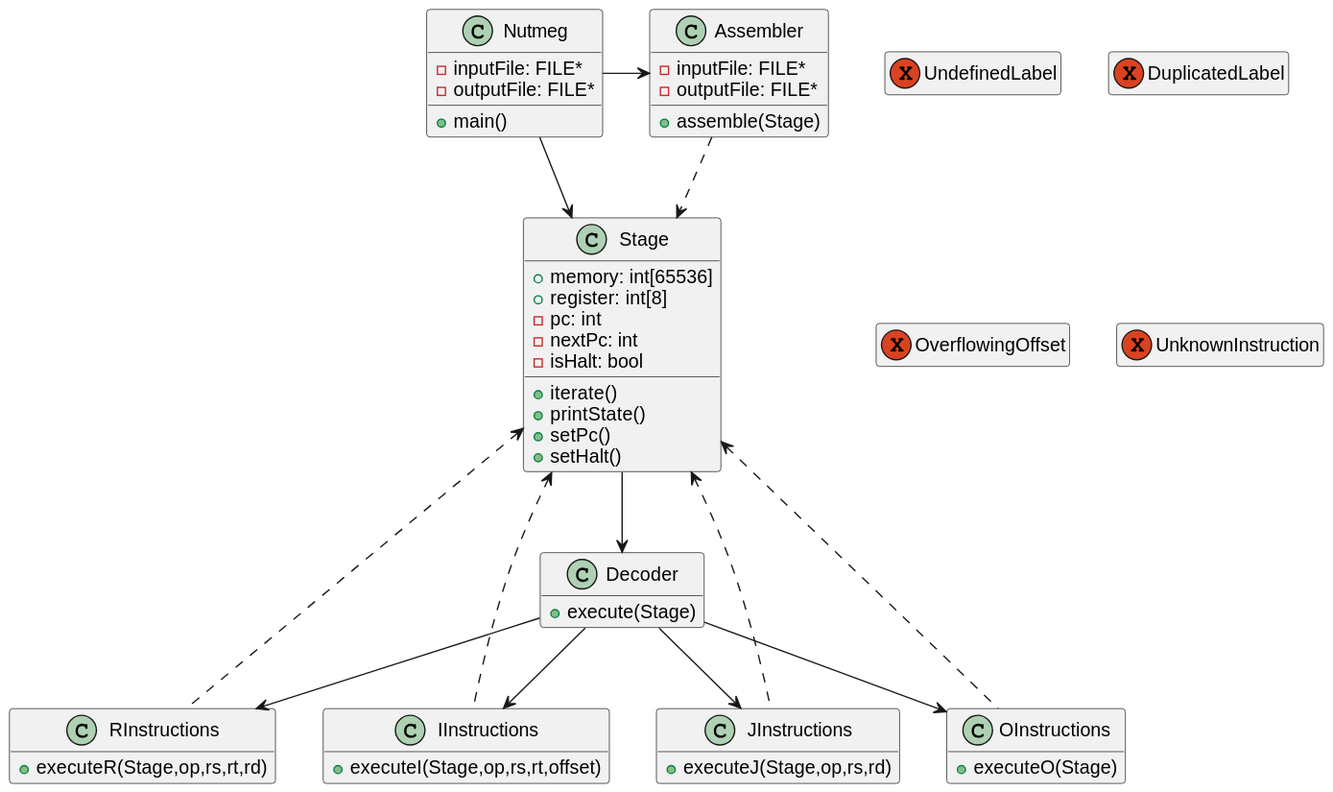
Before: Project_Details/AI_ClassDiagram.svg, a diagram exported from PlantUML (Quercussi/Assembly_Interpreter).
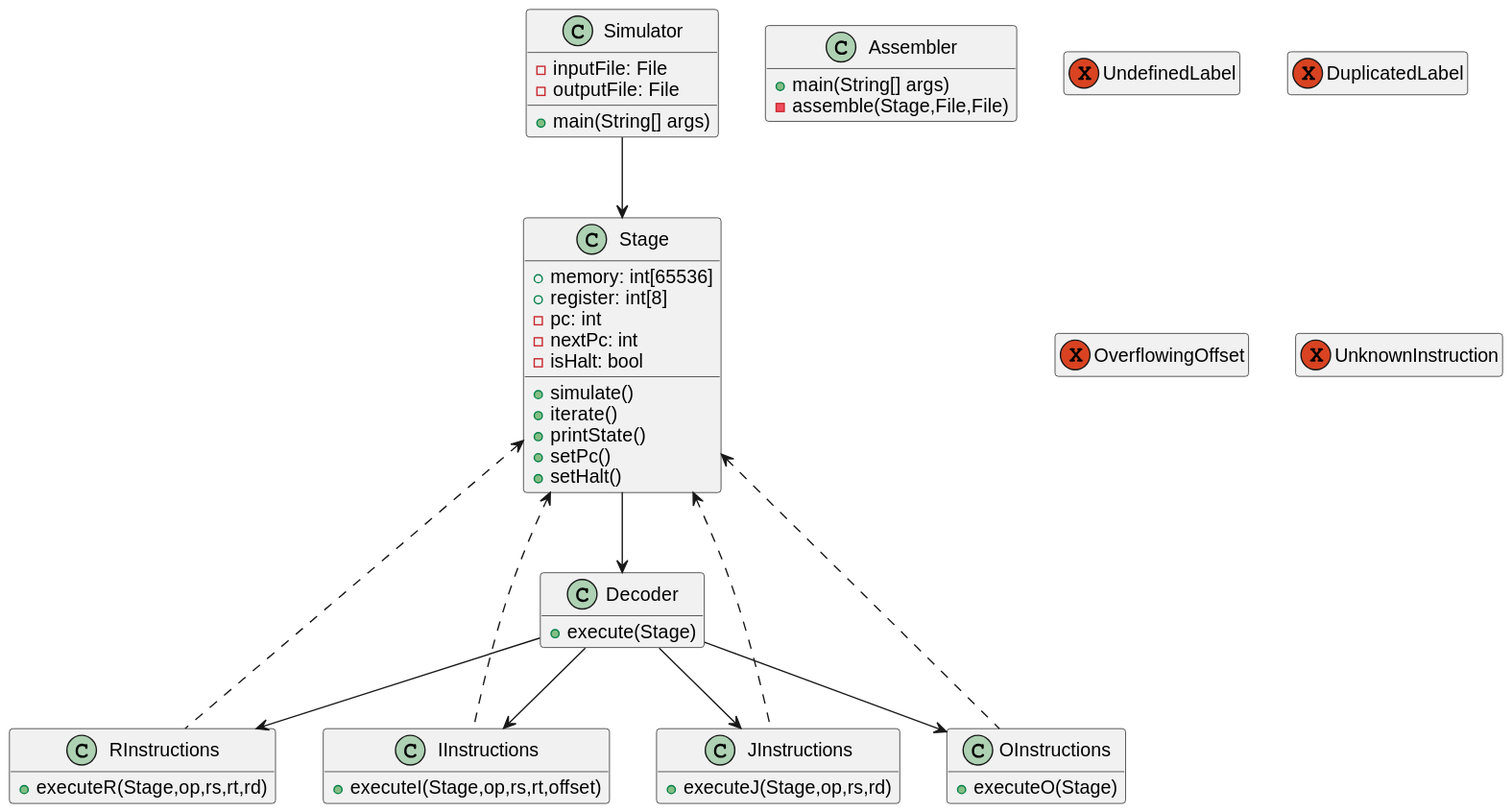
Later version of the same file.

The edit, as a diff of the source:
```diff
@@ -1,9 +1,9 @@
 @startuml
 
-class Nutmeg {
-    - inputFile: FILE*
-    - outputFile: FILE*
-    +main()
+class Simulator {
+    - inputFile: File
+    - outputFile: File
+    +main(String[] args)
 }
 
 class Stage {
@@ -12,6 +12,7 @@
     -pc: int
     -nextPc: int
     -isHalt: bool
+    +simulate()
     +iterate()
     +printState()
     +setPc()
@@ -19,10 +20,10 @@
 }
 
 class Assembler {
-    - inputFile: FILE*
-    - outputFile: FILE*
-    + assemble(Stage)
+    + main(String[] args)
+    - assemble(Stage,File,File)
 }
+hide Assembler field
 
 class Decoder {
     +execute(Stage)
@@ -60,9 +61,8 @@
 hide UnknownInstruction method
 
 
-Nutmeg -right-> Stage
-Nutmeg -right-> Assembler
-Assembler  ..> Stage
+Simulator -down-> Stage
+Assembler -left[hidden]- Simulator
 
 Stage --> Decoder
 Decoder --> RInstructions
```
